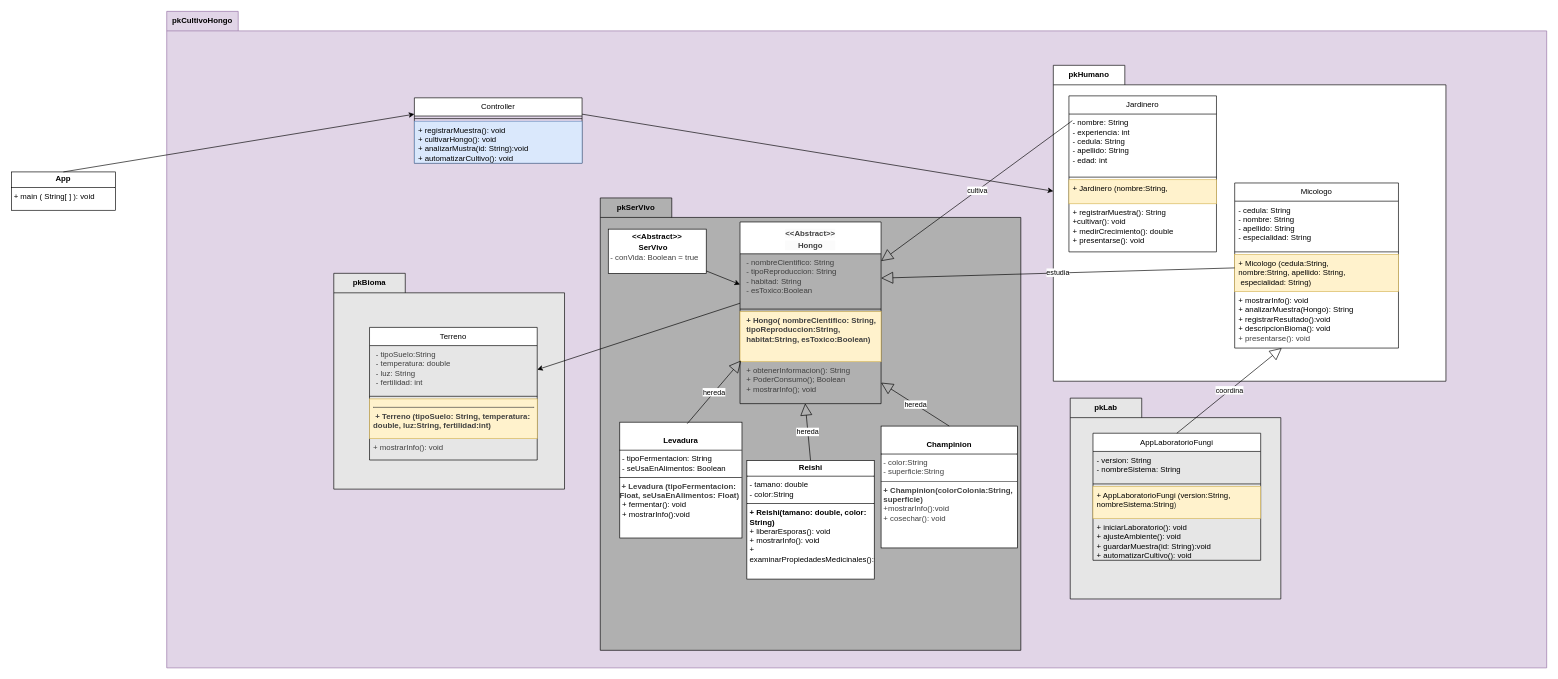
Above: design/ClassDiagram.drawio in sam-moneyec/ReinoFungi (draw.io), before the change. Source tidied: cells renumbered, new cells numbered last; positions are measured from the earlier drawing's top-left corner, leaving out a move shared by most shapes. Both pictures are drawn from the tidied source at 65%, with x=0, y=0 at pixel (11, 11).
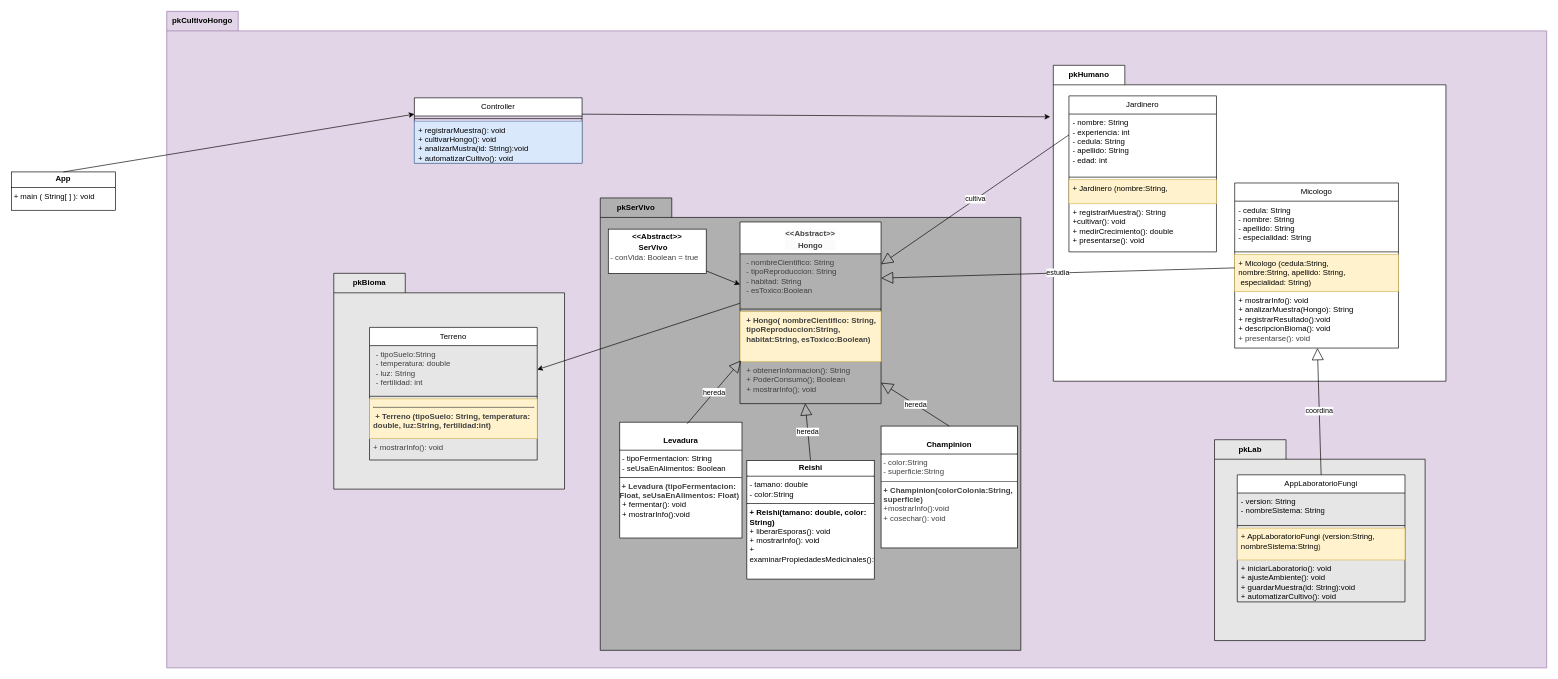
The same diagram, later.

The change refers to these unchanged cells:
```xml
<mxCell id="2" value="pkCultivoHongo" style="shape=folder;fontStyle=1;tabWidth=110;tabHeight=30;tabPosition=left;html=1;boundedLbl=1;labelInHeader=1;whiteSpace=wrap;fillColor=#e1d5e7;strokeColor=#9673a6;" parent="1" vertex="1">
  <mxGeometry x="239" width="2123" height="1010" as="geometry" />
</mxCell>
<mxCell id="16" value="&lt;p style=&quot;color: rgb(63, 63, 63); scrollbar-color: rgb(226, 226, 226) rgb(251, 251, 251); background-color: rgb(251, 251, 251); margin: 4px 0px 0px;&quot;&gt;&lt;b style=&quot;color: rgb(63, 63, 63); scrollbar-color: rgb(226, 226, 226) rgb(251, 251, 251);&quot;&gt;&amp;lt;&amp;lt;Abstract&amp;gt;&amp;gt;&lt;/b&gt;&lt;/p&gt;&lt;p style=&quot;color: rgb(63, 63, 63); scrollbar-color: rgb(226, 226, 226) rgb(251, 251, 251); background-color: rgb(251, 251, 251); margin: 4px 0px 0px;&quot;&gt;&lt;b&gt;Hongo&lt;/b&gt;&lt;/p&gt;" style="swimlane;fontStyle=0;align=center;verticalAlign=top;horizontal=1;startSize=49;html=1;whiteSpace=wrap;strokeColor=light-dark(#000000,#EDEDED);fontColor=light-dark(#000000,#FFFFFF);labelBackgroundColor=default;" parent="9" vertex="1">
  <mxGeometry x="215" y="37" width="217" height="279.5" as="geometry" />
</mxCell>
<mxCell id="31" value="Controller" style="swimlane;fontStyle=0;align=center;verticalAlign=top;horizontal=1;startSize=28;html=1;whiteSpace=wrap;strokeColor=light-dark(#000000,#EDEDED);fontColor=light-dark(#000000,#FFFFFF);labelBackgroundColor=default;" parent="2" vertex="1">
  <mxGeometry x="381" y="133" width="258" height="100.5" as="geometry" />
</mxCell>
<mxCell id="36" value="pkHumano" style="shape=folder;fontStyle=1;tabWidth=110;tabHeight=30;tabPosition=left;html=1;boundedLbl=1;labelInHeader=1;whiteSpace=wrap;" parent="1" vertex="1">
  <mxGeometry x="1603" y="83" width="604" height="486" as="geometry" />
</mxCell>
<mxCell id="37" value="Jardinero" style="swimlane;fontStyle=0;align=center;verticalAlign=top;horizontal=1;startSize=28;html=1;whiteSpace=wrap;strokeColor=light-dark(#000000,#EDEDED);fontColor=light-dark(#000000,#FFFFFF);labelBackgroundColor=default;" parent="36" vertex="1">
  <mxGeometry x="24" y="47" width="227" height="240" as="geometry" />
</mxCell>
```

What changed in the source:
```diff
@@
     <mxCell id="25" value="pkLab" style="shape=folder;fontStyle=1;tabWidth=110;tabHeight=30;tabPosition=left;html=1;boundedLbl=1;labelInHeader=1;whiteSpace=wrap;fillColor=#E6E6E6;fontColor=light-dark(#000000,#EDEDED);" parent="2" vertex="1">
-      <mxGeometry x="1390" y="595" width="324" height="309" as="geometry" />
+      <mxGeometry x="1612" y="659" width="324" height="309" as="geometry" />
     </mxCell>
@@
-    <mxCell id="47" value="cultiva" style="endArrow=block;endSize=16;endFill=0;html=1;exitX=0.023;exitY=0.159;exitDx=0;exitDy=0;exitPerimeter=0;" parent="1" edge="1" source="37" target="16">
+    <mxCell id="47" value="cultiva" style="endArrow=block;endSize=16;endFill=0;html=1;exitX=0;exitY=0.25;exitDx=0;exitDy=0;" parent="1" edge="1" source="37" target="16">
       <mxGeometry relative="1" as="geometry" />
     </mxCell>
@@
-    <mxCell id="50" style="edgeStyle=none;html=1;exitX=1;exitY=0.25;exitDx=0;exitDy=0;" parent="1" edge="1" source="31" target="36">
+    <mxCell id="50" style="edgeStyle=none;html=1;exitX=1;exitY=0.25;exitDx=0;exitDy=0;entryX=-0.008;entryY=0.163;entryDx=0;entryDy=0;entryPerimeter=0;" parent="1" edge="1" source="31" target="36">
       <mxGeometry relative="1" as="geometry" />
     </mxCell>
```
